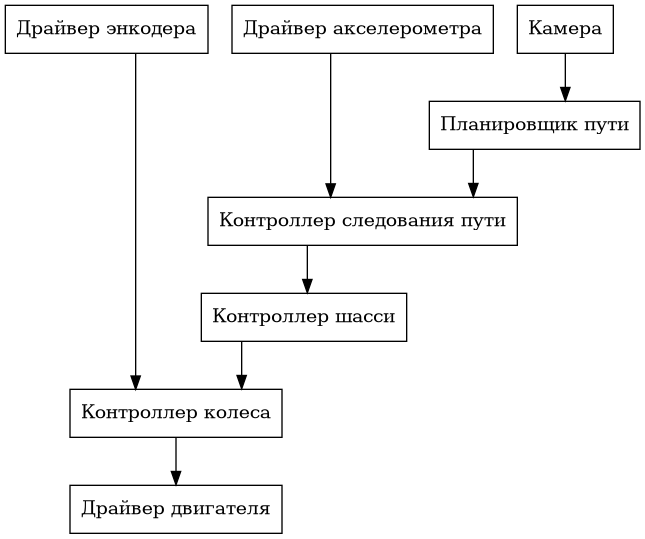
Earlier version of the Graphviz export doc/software.png (prostoiChelovek/qHandedCart). Its source is kept beside it as doc/software.dot. Its diagram source:
```dot
digraph software {
    graph [ splines = ortho ]
    node [ shape = box ]

    {
        rank = same

        encoder_driver [label = "Драйвер энкодера"]
        accelerometer_driver [label = "Драйвер акселерометра"]
        camera [label = "Камера"]
    }

    motor_driver [label = "Драйвер двигателя"]

    wheel[label = "Контроллер колеса"]
    chassis [label = "Контроллер шасси"]

    path_planner [label = "Планировщик пути"]
    path_follower [label = "Контроллер следования пути"]

    encoder_driver -> wheel
    wheel -> motor_driver
    chassis -> wheel

    camera -> path_planner
    {path_planner, accelerometer_driver} -> path_follower
    path_follower -> chassis
}
```
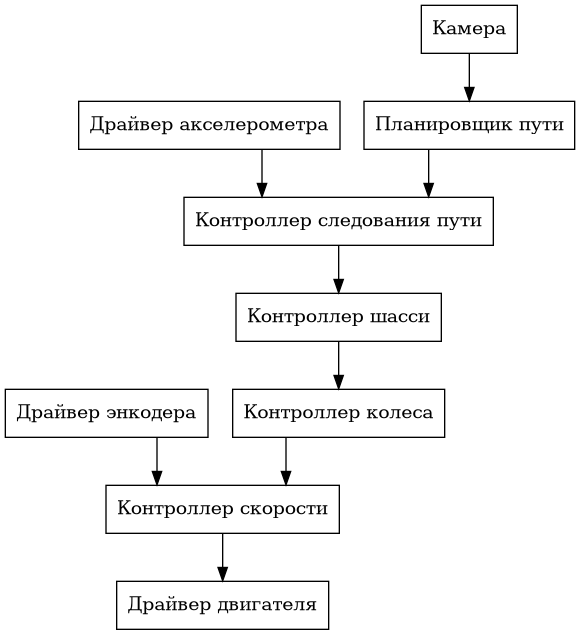
After the change.

Commit message:
rearrange the software graph and detail it a little further

What changed in the source:
```diff
@@ -2,27 +2,29 @@
     graph [ splines = ortho ]
     node [ shape = box ]
 
-    {
-        rank = same
-
-        encoder_driver [label = "Драйвер энкодера"]
-        accelerometer_driver [label = "Драйвер акселерометра"]
-        camera [label = "Камера"]
-    }
+    encoder_driver [label = "Драйвер энкодера"]
+    accelerometer_driver [label = "Драйвер акселерометра"]
+    camera [label = "Камера"]
 
     motor_driver [label = "Драйвер двигателя"]
 
-    wheel[label = "Контроллер колеса"]
+    speed_controller [label = "Контроллер скорости"]
+
+    wheel [label = "Контроллер колеса"]
     chassis [label = "Контроллер шасси"]
 
     path_planner [label = "Планировщик пути"]
     path_follower [label = "Контроллер следования пути"]
 
-    encoder_driver -> wheel
-    wheel -> motor_driver
+    encoder_driver -> speed_controller
+    speed_controller -> motor_driver
+    wheel -> speed_controller
+
     chassis -> wheel
 
+    accelerometer_driver -> path_follower
+    path_planner -> path_follower
+    path_follower -> chassis
+
     camera -> path_planner
-    {path_planner, accelerometer_driver} -> path_follower
-    path_follower -> chassis
 }
```
